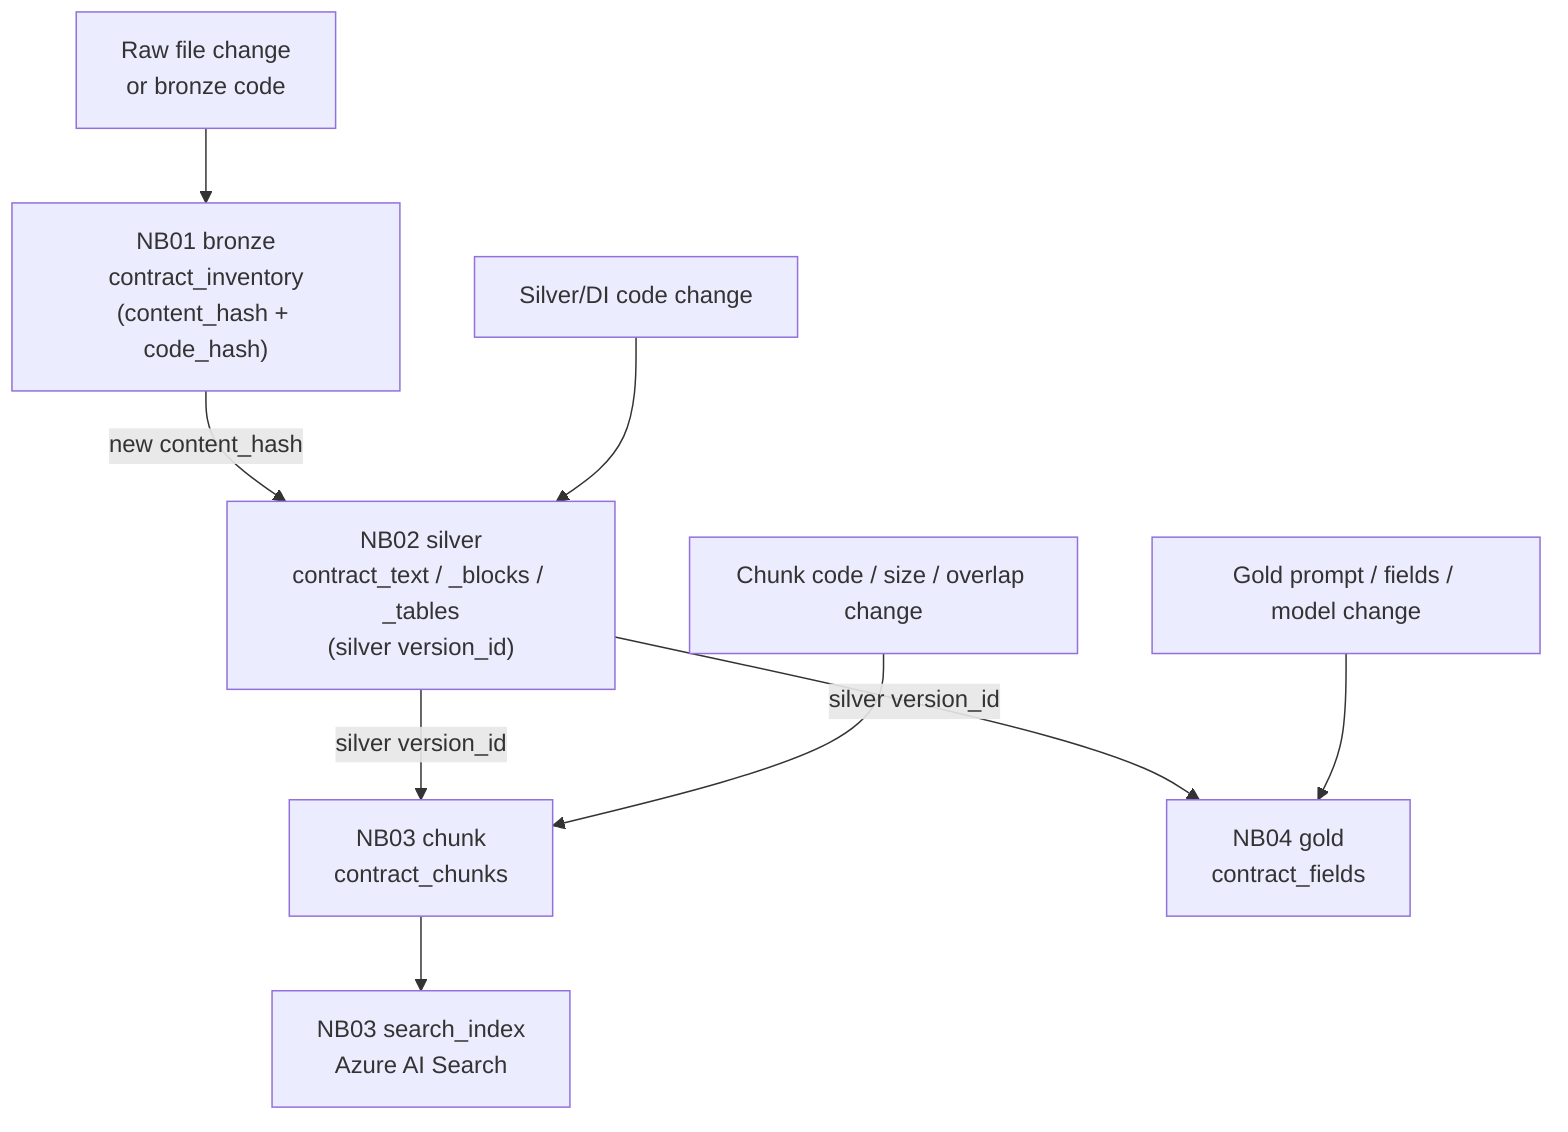
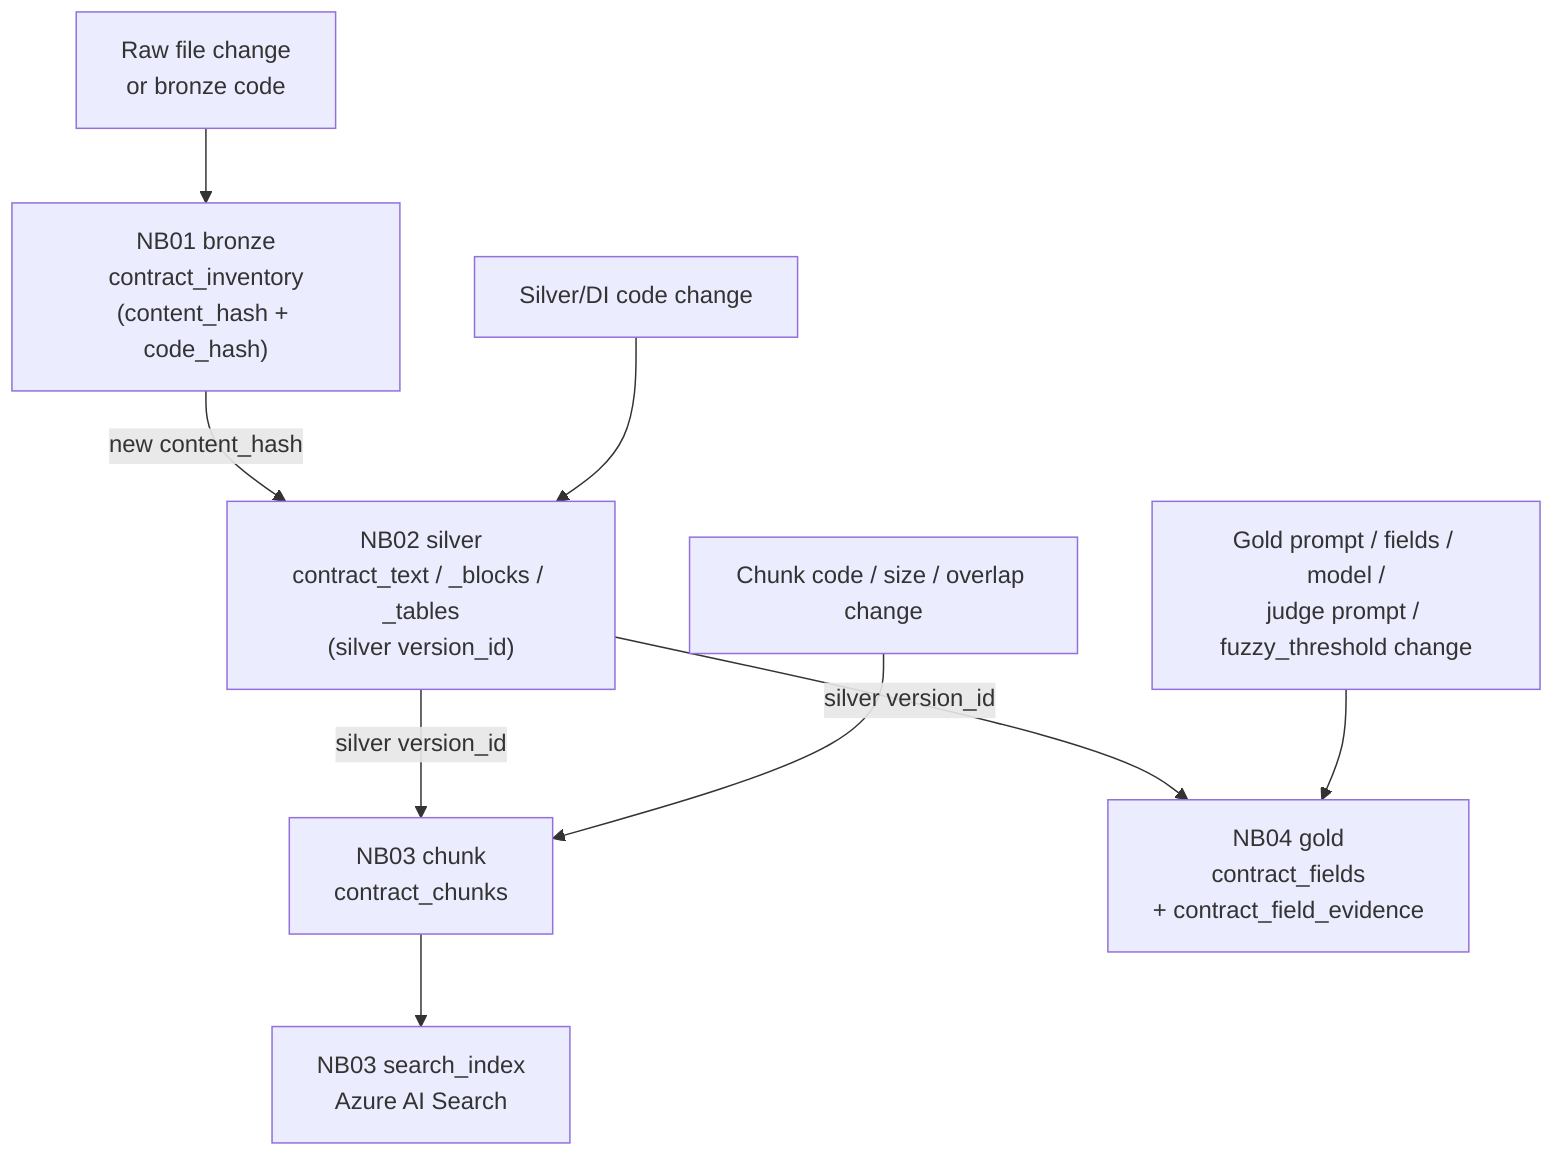
flowchart TD
    F["Raw file change<br/>or bronze code"] --> B["NB01 bronze<br/>contract_inventory<br/>(content_hash + code_hash)"]
    B -->|new content_hash| S
    SC["Silver/DI code change"] --> S["NB02 silver<br/>contract_text / _blocks / _tables<br/>(silver version_id)"]
    S -->|silver version_id| C["NB03 chunk<br/>contract_chunks"]
    CC["Chunk code / size / overlap change"] --> C
    C --> IDX["NB03 search_index<br/>Azure AI Search"]
-     S -->|silver version_id| G["NB04 gold<br/>contract_fields"]
-     GC["Gold prompt / fields / model change"] --> G+     S -->|silver version_id| G["NB04 gold<br/>contract_fields<br/>+ contract_field_evidence"]
+     GC["Gold prompt / fields / model /<br/>judge prompt / fuzzy_threshold change"] --> G